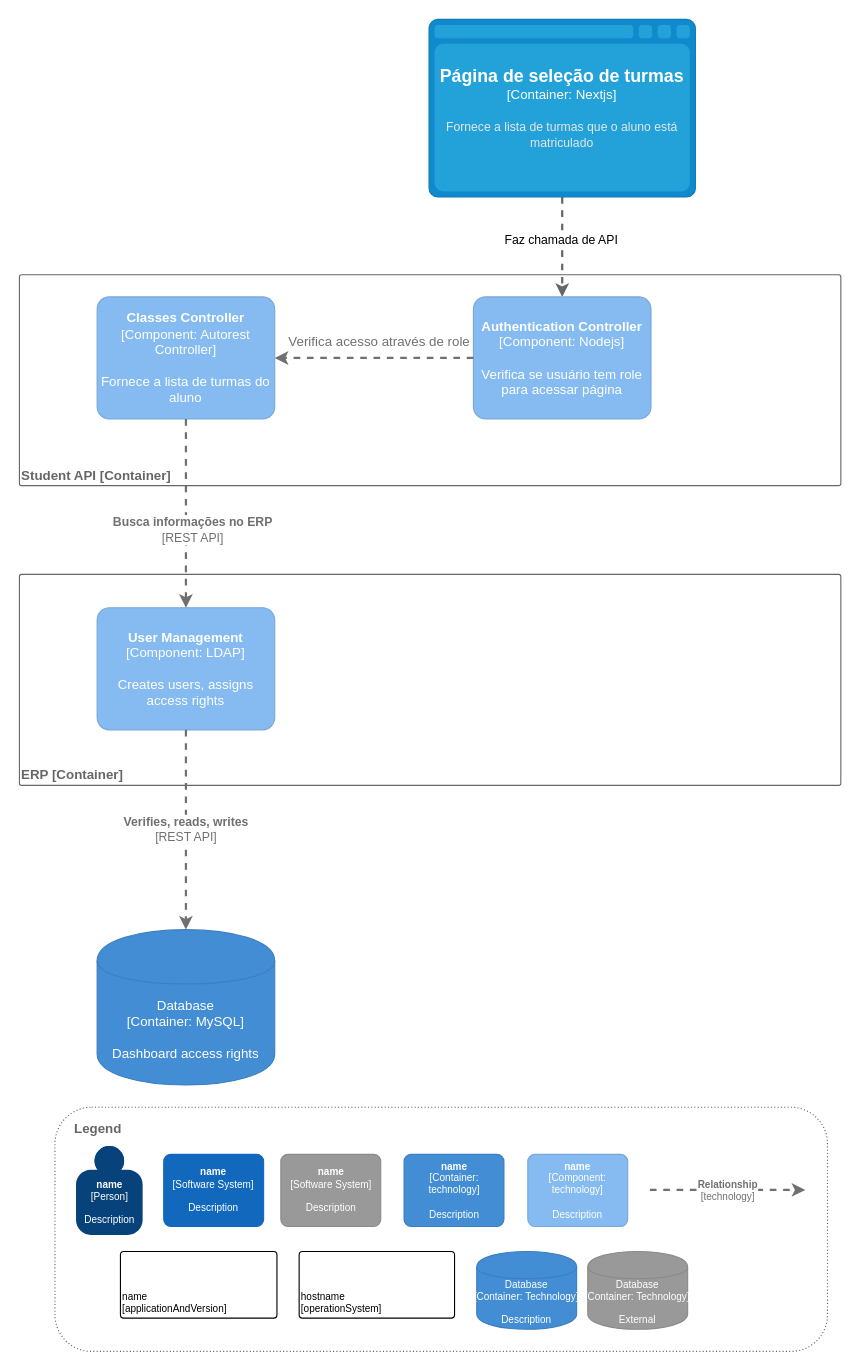
The draw.io diagram page "C4 Component" (3 of 4) of Design Doc LMS.drawio in eldoncosta1/diagrams, before the edit. Source tidied: cells renumbered, new cells numbered last; positions are measured from the earlier drawing's top-left corner, leaving out a move shared by most shapes. Both pictures are drawn from the tidied source at 111%, with x=0, y=0 at pixel (19, 19).
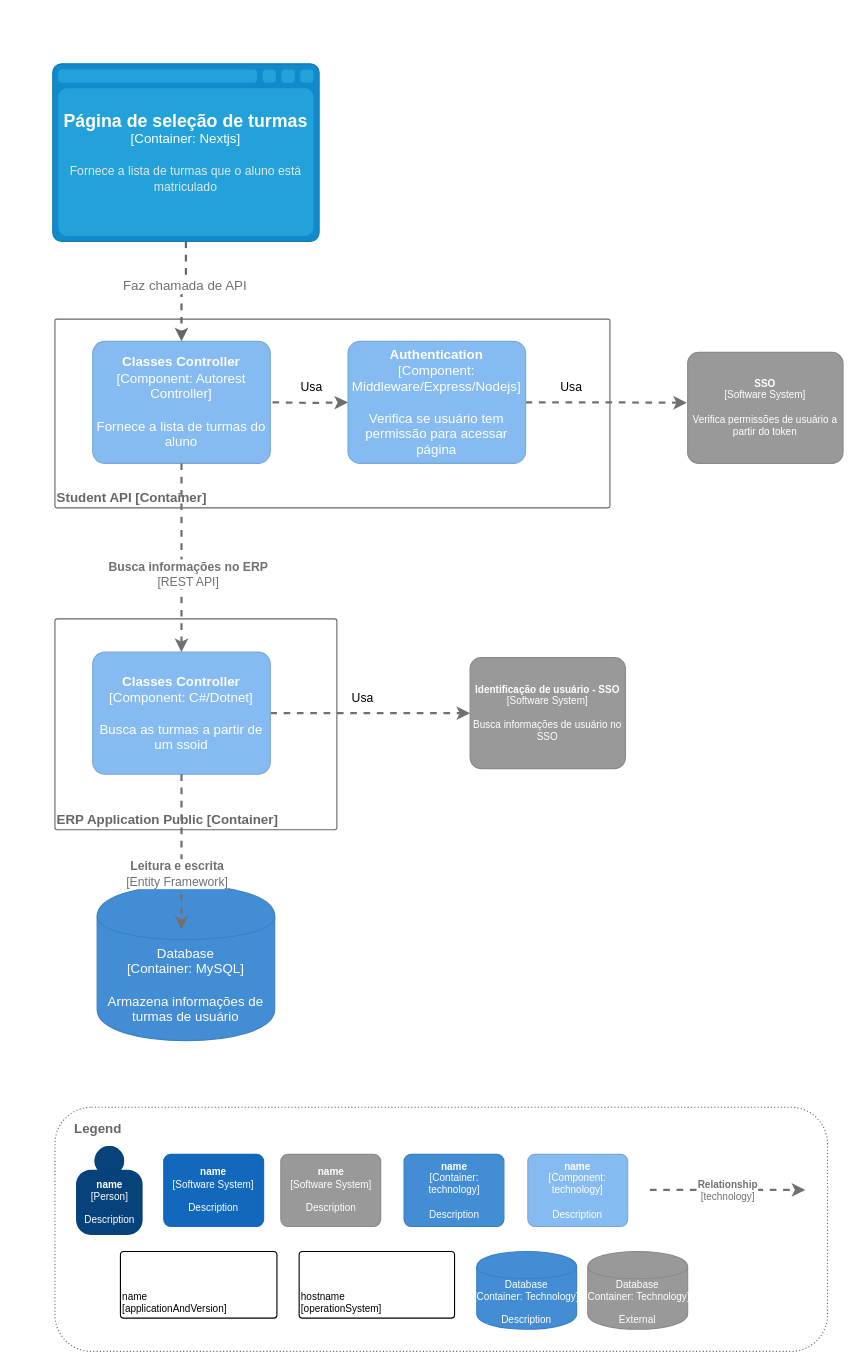
After the change.

Change to the diagram source:
```diff
@@
-    <mxCell id="2" value="&lt;div style=&quot;text-align: left&quot;&gt;&lt;b style=&quot;background-color: transparent; color: light-dark(rgb(102, 102, 102), rgb(149, 149, 149));&quot;&gt;ERP [Container]&lt;/b&gt;&lt;/div&gt;" style="rounded=1;whiteSpace=wrap;html=1;labelBackgroundColor=none;fillColor=#ffffff;align=left;arcSize=1;verticalAlign=bottom;strokeColor=#666666;fontColor=#666666;" parent="1" vertex="1">
-      <mxGeometry y="500" width="740" height="190" as="geometry" />
+    <mxCell id="2" value="&lt;div style=&quot;text-align: left&quot;&gt;&lt;b style=&quot;background-color: transparent; color: light-dark(rgb(102, 102, 102), rgb(149, 149, 149));&quot;&gt;ERP Application Public [Container]&lt;/b&gt;&lt;/div&gt;" style="rounded=1;whiteSpace=wrap;html=1;labelBackgroundColor=none;fillColor=#ffffff;align=left;arcSize=1;verticalAlign=bottom;strokeColor=#666666;fontColor=#666666;" parent="1" vertex="1">
+      <mxGeometry x="32" y="540" width="254" height="190" as="geometry" />
     </mxCell>
     <mxCell id="3" value="&lt;div style=&quot;text-align: left&quot;&gt;&lt;b style=&quot;background-color: transparent; color: light-dark(rgb(102, 102, 102), rgb(149, 149, 149));&quot;&gt;Student API [Container]&lt;/b&gt;&lt;/div&gt;" style="rounded=1;whiteSpace=wrap;html=1;labelBackgroundColor=none;fillColor=#ffffff;align=left;arcSize=1;verticalAlign=bottom;strokeColor=#666666;fontColor=#666666;" parent="1" vertex="1">
-      <mxGeometry y="230" width="740" height="190" as="geometry" />
+      <mxGeometry x="32" y="270" width="500" height="170" as="geometry" />
     </mxCell>
-    <mxCell id="4" style="edgeStyle=orthogonalEdgeStyle;rounded=0;jettySize=auto;html=1;dashed=1;strokeColor=#666666;strokeWidth=2;fillColor=#f5f5f5;exitX=0.5;exitY=1;exitDx=0;exitDy=0;exitPerimeter=0;" parent="1" edge="1" source="25" target="20">
+    <mxCell id="4" style="edgeStyle=orthogonalEdgeStyle;rounded=0;jettySize=auto;html=1;dashed=1;strokeColor=#666666;strokeWidth=2;fillColor=#f5f5f5;entryX=0.5;entryY=0;entryDx=0;entryDy=0;entryPerimeter=0;" parent="1" edge="1" source="25" target="19">
       <mxGeometry relative="1" as="geometry" />
     </mxCell>
-    <mxCell id="5" value="Faz chamada de API" style="edgeLabel;html=1;align=center;verticalAlign=middle;" parent="4" vertex="1">
+    <mxCell id="5" value="Faz chamada de API" style="edgeLabel;html=1;align=center;verticalAlign=middle;fontColor=#707070;fontSize=12;" parent="4" vertex="1">
       <mxGeometry x="-0.16" y="-2" relative="1" as="geometry" />
     </mxCell>
@@
     <object id="19" label="&lt;b&gt;%c4Name%&lt;/b&gt;&lt;div&gt;[%c4Type%: %c4Technology%]&lt;/div&gt;&lt;br&gt;&lt;div&gt;%c4Description%&lt;/div&gt;" c4Description="Fornece a lista de turmas do aluno" c4Name="Classes Controller" c4Technology="Autorest Controller" c4Type="Component" placeholders="1">
       <mxCell style="rounded=1;whiteSpace=wrap;html=1;labelBackgroundColor=none;fillColor=#85BBF0;fontColor=#ffffff;align=center;arcSize=10;strokeColor=#78A8D8;metaData={&quot;c4Type&quot;:{&quot;editable&quot;:false}};points=[[0.25,0,0],[0.5,0,0],[0.75,0,0],[1,0.25,0],[1,0.5,0],[1,0.75,0],[0.75,1,0],[0.5,1,0],[0.25,1,0],[0,0.75,0],[0,0.5,0],[0,0.25,0]];" parent="1" vertex="1">
-        <mxGeometry x="70" y="250" width="160" height="110" as="geometry" />
+        <mxGeometry x="66" y="290" width="160" height="110" as="geometry" />
       </mxCell>
     </object>
+    <mxCell id="28" style="edgeStyle=orthogonalEdgeStyle;rounded=0;jettySize=auto;html=1;strokeWidth=2;dashed=1;strokeColor=#707070;entryX=-0.005;entryY=0.454;entryDx=0;entryDy=0;entryPerimeter=0;" parent="1" edge="1" source="20" target="33">
+      <mxGeometry relative="1" as="geometry" />
+    </mxCell>
+    <mxCell id="29" value="Usa" style="edgeLabel;html=1;align=center;verticalAlign=middle;" parent="28" vertex="1">
+      <mxGeometry x="-0.13" y="1" relative="1" as="geometry">
+        <mxPoint x="-23" y="-14" as="offset" />
+      </mxGeometry>
+    </mxCell>
-    <object id="20" label="&lt;b&gt;%c4Name%&lt;/b&gt;&lt;div&gt;[%c4Type%: %c4Technology%]&lt;/div&gt;&lt;br&gt;&lt;div&gt;%c4Description%&lt;/div&gt;" c4Description="Verifica se usuário tem role para acessar página" c4Name="Authentication Controller" c4Technology="Nodejs" c4Type="Component" placeholders="1">
+    <object id="20" label="&lt;b&gt;%c4Name%&lt;/b&gt;&lt;div&gt;[%c4Type%: %c4Technology%]&lt;/div&gt;&lt;br&gt;&lt;div&gt;%c4Description%&lt;/div&gt;" c4Description="Verifica se usuário tem permissão para acessar página" c4Name="Authentication" c4Technology="Middleware/Express/Nodejs" c4Type="Component" placeholders="1">
       <mxCell style="rounded=1;whiteSpace=wrap;html=1;labelBackgroundColor=none;fillColor=#85BBF0;fontColor=#ffffff;align=center;arcSize=10;strokeColor=#78A8D8;metaData={&quot;c4Type&quot;:{&quot;editable&quot;:false}};points=[[0.25,0,0],[0.5,0,0],[0.75,0,0],[1,0.25,0],[1,0.5,0],[1,0.75,0],[0.75,1,0],[0.5,1,0],[0.25,1,0],[0,0.75,0],[0,0.5,0],[0,0.25,0]];" parent="1" vertex="1">
-        <mxGeometry x="409" y="250" width="160" height="110" as="geometry" />
+        <mxGeometry x="296" y="290" width="160" height="110" as="geometry" />
       </mxCell>
     </object>
+    <mxCell id="30" style="edgeStyle=orthogonalEdgeStyle;rounded=0;jettySize=auto;html=1;strokeWidth=2;strokeColor=#707070;dashed=1;entryX=0;entryY=0.5;entryDx=0;entryDy=0;entryPerimeter=0;" parent="1" edge="1" source="21" target="34">
+      <mxGeometry relative="1" as="geometry" />
+    </mxCell>
+    <mxCell id="31" value="Usa" style="edgeLabel;html=1;align=center;verticalAlign=middle;" parent="30" vertex="1">
+      <mxGeometry x="0.15" y="1" relative="1" as="geometry">
+        <mxPoint x="-21" y="-14" as="offset" />
+      </mxGeometry>
+    </mxCell>
-    <object id="21" label="&lt;b&gt;%c4Name%&lt;/b&gt;&lt;div&gt;[%c4Type%: %c4Technology%]&lt;/div&gt;&lt;br&gt;&lt;div&gt;%c4Description%&lt;/div&gt;" c4Description="Creates users, assigns access rights" c4Name="User Management" c4Technology="LDAP" c4Type="Component" placeholders="1">
+    <object id="21" label="&lt;b&gt;%c4Name%&lt;/b&gt;&lt;div&gt;[%c4Type%: %c4Technology%]&lt;/div&gt;&lt;br&gt;&lt;div&gt;%c4Description%&lt;/div&gt;" c4Description="Busca as turmas a partir de um ssoid" c4Name="Classes Controller" c4Technology="C#/Dotnet" c4Type="Component" placeholders="1">
       <mxCell style="rounded=1;whiteSpace=wrap;html=1;labelBackgroundColor=none;fillColor=#85BBF0;fontColor=#ffffff;align=center;arcSize=10;strokeColor=#78A8D8;metaData={&quot;c4Type&quot;:{&quot;editable&quot;:false}};points=[[0.25,0,0],[0.5,0,0],[0.75,0,0],[1,0.25,0],[1,0.5,0],[1,0.75,0],[0.75,1,0],[0.5,1,0],[0.25,1,0],[0,0.75,0],[0,0.5,0],[0,0.25,0]];" parent="1" vertex="1">
-        <mxGeometry x="70" y="530" width="160" height="110" as="geometry" />
+        <mxGeometry x="66" y="570" width="160" height="110" as="geometry" />
       </mxCell>
     </object>
@@
-    <object id="23" label="%c4Type%&lt;div&gt;[Container:&amp;nbsp;%c4Technology%]&lt;/div&gt;&lt;br&gt;&lt;div&gt;%c4Description%&lt;/div&gt;" c4Description="Dashboard access rights" c4Technology="MySQL" c4Type="Database" placeholders="1">
+    <object id="23" label="%c4Type%&lt;div&gt;[Container:&amp;nbsp;%c4Technology%]&lt;/div&gt;&lt;br&gt;&lt;div&gt;%c4Description%&lt;/div&gt;" c4Description="Armazena informações de turmas de usuário" c4Technology="MySQL" c4Type="Database" placeholders="1">
       <mxCell style="shape=cylinder;whiteSpace=wrap;html=1;boundedLbl=1;rounded=0;labelBackgroundColor=none;fillColor=#438DD5;fontSize=12;fontColor=#ffffff;align=center;strokeColor=#3C7FC0;points=[[0.5,0,0],[1,0.25,0],[1,0.5,0],[1,0.75,0],[0.5,1,0],[0,0.75,0],[0,0.5,0],[0,0.25,0]];metaData={&quot;c4Type&quot;:{&quot;editable&quot;:false}};" parent="1" vertex="1">
-        <mxGeometry x="70" y="820" width="160" height="140" as="geometry" />
+        <mxGeometry x="70" y="780" width="160" height="140" as="geometry" />
       </mxCell>
     </object>
-    <object id="24" label="&lt;div style=&quot;text-align: left&quot;&gt;&lt;div style=&quot;text-align: center&quot;&gt;&lt;b&gt;%c4Description%&lt;/b&gt;&lt;/div&gt;&lt;div style=&quot;text-align: center&quot;&gt;[%c4Technology%]&lt;/div&gt;&lt;/div&gt;" c4Description="Verifies, reads, writes" c4Technology="REST API" placeholders="1">
-      <mxCell style="edgeStyle=none;rounded=0;html=1;jettySize=auto;strokeColor=#707070;strokeWidth=2;fontColor=#707070;jumpStyle=none;dashed=1;metaData={&quot;c4Type&quot;:{&quot;editable&quot;:false}};" parent="1" edge="1" source="21" target="23">
-        <mxGeometry relative="1" as="geometry" />
+    <object id="24" label="&lt;div style=&quot;text-align: left&quot;&gt;&lt;div style=&quot;text-align: center&quot;&gt;&lt;b&gt;%c4Description%&lt;/b&gt;&lt;/div&gt;&lt;div style=&quot;text-align: center&quot;&gt;[%c4Technology%]&lt;/div&gt;&lt;/div&gt;" c4Description="Leitura e escrita" c4Technology="Entity Framework" placeholders="1">
+      <mxCell style="edgeStyle=none;rounded=0;html=1;jettySize=auto;strokeColor=#707070;strokeWidth=2;fontColor=#707070;jumpStyle=none;dashed=1;metaData={&quot;c4Type&quot;:{&quot;editable&quot;:false}};" parent="1" edge="1" source="21">
+        <mxGeometry x="0.29" y="-4" relative="1" as="geometry">
+          <mxPoint x="146" y="820" as="targetPoint" />
+        </mxGeometry>
       </mxCell>
     </object>
     <object id="25" label="&lt;font style=&quot;font-size: 16px&quot;&gt;&lt;b&gt;%c4Name%&lt;/b&gt;&lt;/font&gt;&lt;div&gt;[%c4Type%:&amp;nbsp;%c4Technology%]&lt;/div&gt;&lt;br&gt;&lt;div&gt;&lt;font style=&quot;font-size: 11px&quot;&gt;&lt;font color=&quot;#E6E6E6&quot;&gt;%c4Description%&lt;/font&gt;&lt;/div&gt;" c4Description="Fornece a lista de turmas que o aluno está matriculado" c4Name="Página de seleção de turmas" c4Technology="Nextjs" c4Type="Container" placeholders="1">
       <mxCell style="shape=mxgraph.c4.webBrowserContainer2;whiteSpace=wrap;html=1;boundedLbl=1;rounded=0;labelBackgroundColor=none;strokeColor=#118ACD;fillColor=#23A2D9;strokeColor=#118ACD;strokeColor2=#0E7DAD;fontSize=12;fontColor=#ffffff;align=center;points=[[0.5,0,0],[1,0.25,0],[1,0.5,0],[1,0.75,0],[0.5,1,0],[0,0.75,0],[0,0.5,0],[0,0.25,0]];" parent="1" vertex="1">
-        <mxGeometry x="369" width="240" height="160" as="geometry" />
+        <mxGeometry x="30" y="40" width="240" height="160" as="geometry" />
       </mxCell>
     </object>
-    <mxCell id="26" style="edgeStyle=orthogonalEdgeStyle;rounded=0;jettySize=auto;html=1;entryX=1;entryY=0.5;entryDx=0;entryDy=0;entryPerimeter=0;strokeColor=#707070;strokeWidth=2;dashed=1;" parent="1" edge="1" source="20" target="19">
-      <mxGeometry relative="1" as="geometry" />
+    <mxCell id="26" style="edgeStyle=orthogonalEdgeStyle;rounded=0;jettySize=auto;html=1;strokeColor=#707070;strokeWidth=2;dashed=1;exitX=1;exitY=0.5;exitDx=0;exitDy=0;exitPerimeter=0;entryX=0;entryY=0.5;entryDx=0;entryDy=0;entryPerimeter=0;" parent="1" edge="1" target="20">
+      <mxGeometry relative="1" as="geometry">
+        <mxPoint x="228" y="345" as="sourcePoint" />
+      </mxGeometry>
     </mxCell>
-    <mxCell id="27" value="&lt;font style=&quot;color: rgb(112, 112, 112); font-size: 12px;&quot;&gt;Verifica acesso através de role&lt;/font&gt;" style="edgeLabel;html=1;align=center;verticalAlign=middle;" parent="26" vertex="1">
-      <mxGeometry x="-0.25" y="3" relative="1" as="geometry">
-        <mxPoint x="-19" y="-18" as="offset" />
-      </mxGeometry>
-    </mxCell>
+    <mxCell id="32" value="Usa" style="edgeLabel;html=1;align=center;verticalAlign=middle;" parent="26" vertex="1">
+      <mxGeometry x="0.04" relative="1" as="geometry">
+        <mxPoint x="-1" y="-15" as="offset" />
+      </mxGeometry>
+    </mxCell>
+    <object id="33" label="&lt;b style=&quot;font-size: 9px;&quot;&gt;%c4Name%&lt;/b&gt;&lt;div style=&quot;font-size: 9px;&quot;&gt;[%c4Type%]&lt;/div&gt;&lt;br style=&quot;font-size: 9px;&quot;&gt;&lt;div style=&quot;font-size: 9px;&quot;&gt;%c4Description%&lt;/div&gt;" c4Description="Verifica permissões de usuário a partir do token" c4Name="SSO" c4Type="Software System" placeholders="1">
+      <mxCell style="rounded=1;whiteSpace=wrap;html=1;labelBackgroundColor=none;fillColor=#999999;fontColor=#ffffff;align=center;arcSize=10;strokeColor=#8A8A8A;metaData={&quot;c4Type&quot;:{&quot;editable&quot;:false}};points=[[0.25,0,0],[0.5,0,0],[0.75,0,0],[1,0.25,0],[1,0.5,0],[1,0.75,0],[0.75,1,0],[0.5,1,0],[0.25,1,0],[0,0.75,0],[0,0.5,0],[0,0.25,0]];fontSize=9;" parent="1" vertex="1">
+        <mxGeometry x="602" y="300" width="140" height="100" as="geometry" />
+      </mxCell>
+    </object>
+    <object id="34" label="&lt;b style=&quot;font-size: 9px;&quot;&gt;%c4Name%&lt;/b&gt;&lt;div style=&quot;font-size: 9px;&quot;&gt;[%c4Type%]&lt;/div&gt;&lt;br style=&quot;font-size: 9px;&quot;&gt;&lt;div style=&quot;font-size: 9px;&quot;&gt;%c4Description%&lt;/div&gt;" c4Description="Busca informações de usuário no SSO" c4Name="Identificação de usuário - SSO" c4Type="Software System" placeholders="1">
+      <mxCell style="rounded=1;whiteSpace=wrap;html=1;labelBackgroundColor=none;fillColor=#999999;fontColor=#ffffff;align=center;arcSize=10;strokeColor=#8A8A8A;metaData={&quot;c4Type&quot;:{&quot;editable&quot;:false}};points=[[0.25,0,0],[0.5,0,0],[0.75,0,0],[1,0.25,0],[1,0.5,0],[1,0.75,0],[0.75,1,0],[0.5,1,0],[0.25,1,0],[0,0.75,0],[0,0.5,0],[0,0.25,0]];fontSize=9;" parent="1" vertex="1">
+        <mxGeometry x="406" y="575" width="140" height="100" as="geometry" />
+      </mxCell>
+    </object>
```
